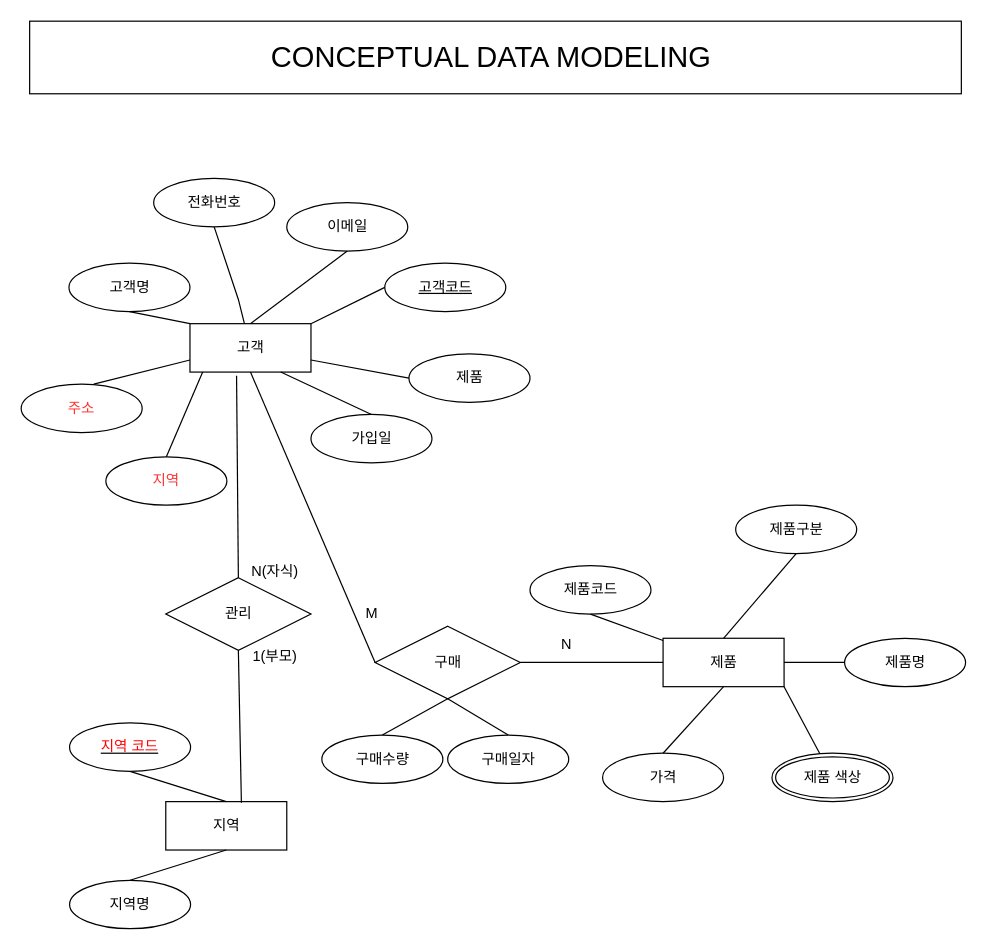
Before: page "페이지-1" (1 of 2) of erd.drawio in dao9933/ai8erd, a draw.io diagram. Source tidied: cells renumbered, new cells numbered last; positions are measured from the earlier drawing's top-left corner, leaving out a move shared by most shapes. Both pictures are drawn from the tidied source at 121%, with x=0, y=0 at pixel (21, 21).
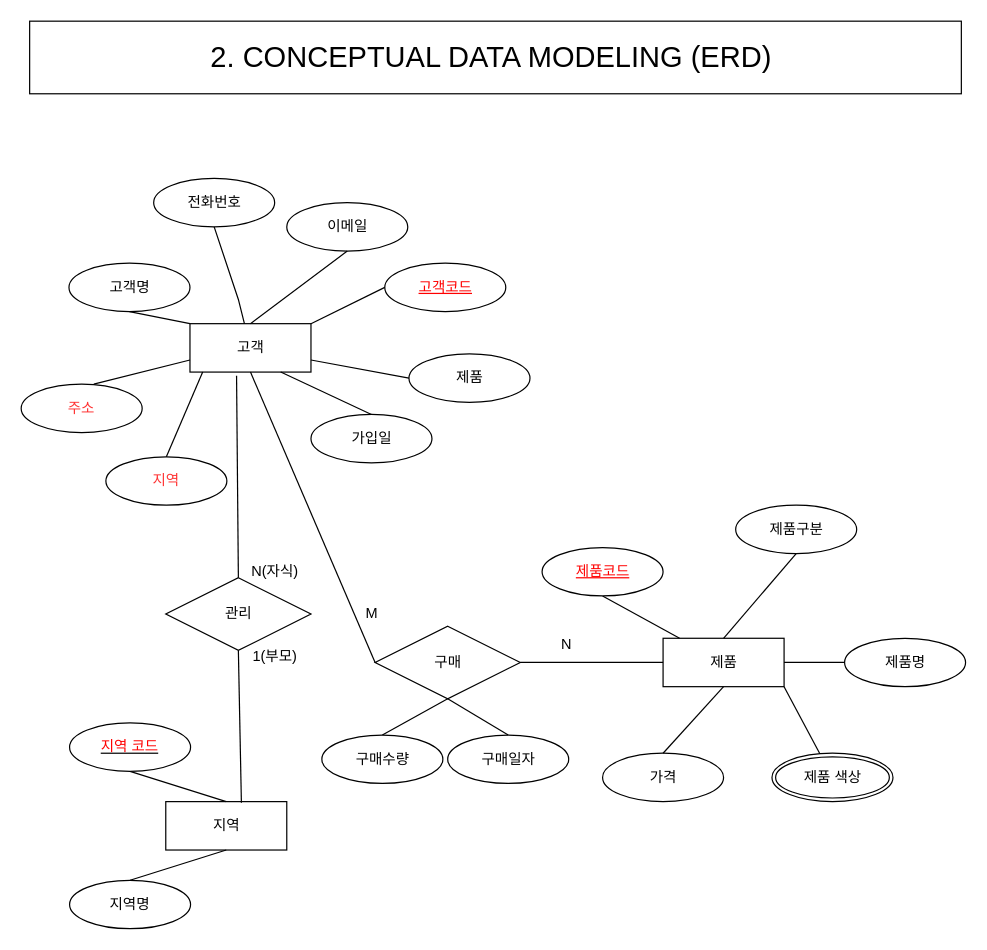
The same diagram, later.

The edit, as a diff of the source:
```diff
@@
-    <mxCell id="15" value="고객코드" style="ellipse;whiteSpace=wrap;html=1;align=center;fontStyle=4;rounded=0;" parent="1" vertex="1">
+    <mxCell id="15" value="고객코드" style="ellipse;whiteSpace=wrap;html=1;align=center;fontStyle=4;rounded=0;fontColor=#FF0000;" parent="1" vertex="1">
       <mxGeometry x="300.5" y="200" width="100" height="40" as="geometry" />
     </mxCell>
@@
-    <mxCell id="25" value="제품코드" style="ellipse;whiteSpace=wrap;html=1;align=center;" parent="1" vertex="1">
-      <mxGeometry x="420.5" y="450" width="100" height="40" as="geometry" />
-    </mxCell>
@@
-    <mxCell id="45" value="&lt;font style=&quot;font-size: 24px;&quot;&gt;CONCEPTUAL DATA MODELING&amp;nbsp;&lt;/font&gt;" style="rounded=0;whiteSpace=wrap;html=1;" parent="1" vertex="1">
+    <mxCell id="45" value="&lt;font style=&quot;font-size: 24px;&quot;&gt;2. CONCEPTUAL DATA MODELING (ERD)&amp;nbsp;&lt;/font&gt;" style="rounded=0;whiteSpace=wrap;html=1;" parent="1" vertex="1">
       <mxGeometry x="7" width="770" height="60" as="geometry" />
     </mxCell>
@@
+    <mxCell id="25" value="제품코드" style="ellipse;whiteSpace=wrap;html=1;align=center;fontStyle=4;rounded=0;fontColor=#FF0000;" parent="1" vertex="1">
+      <mxGeometry x="430.5" y="435" width="100" height="40" as="geometry" />
+    </mxCell>
```
